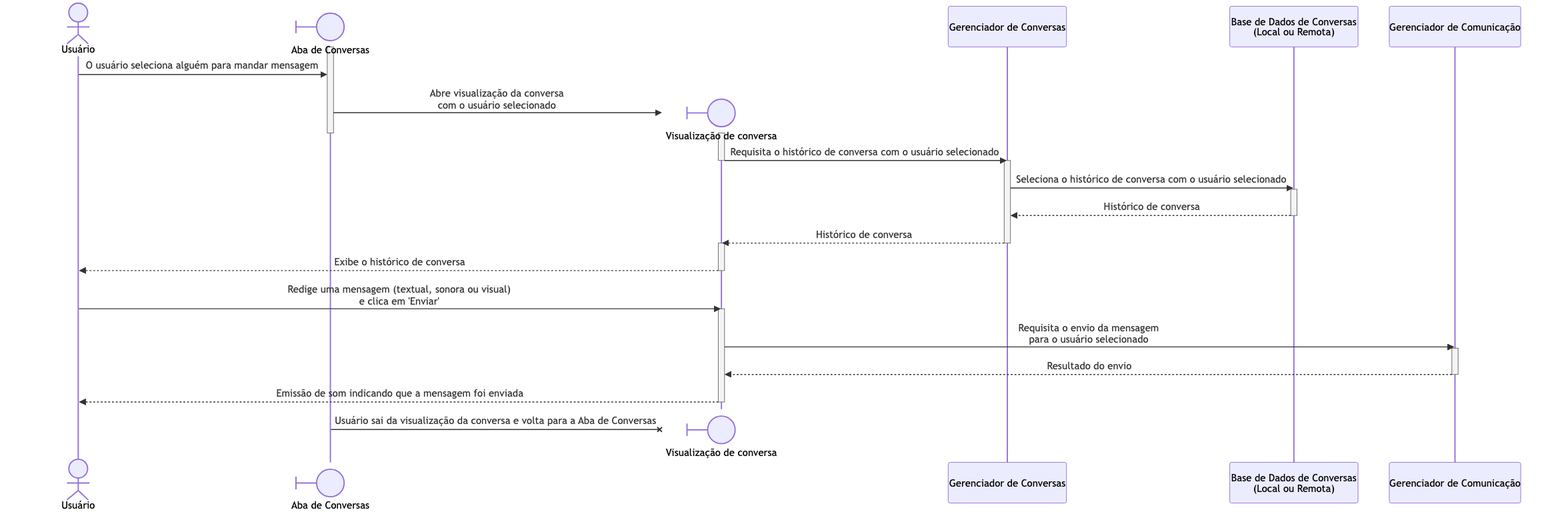
mldcastro/eng-soft keeps this Mermaid diagram as diagrams/images/sequence_diagram_sprint_2_rf02.png. Above is the earlier version. Its source is kept beside it as diagrams/sequence_diagram_sprint_2_rf02.mmd. The source it was exported from:
```mermaid
sequenceDiagram
    actor User as Usuário
    participant ChatTab@{ "type" : "boundary" } as Aba de Conversas

    activate ChatTab
    User ->> ChatTab : O usuário seleciona alguém para mandar mensagem

    create participant ConversationView@{ "type" : "boundary" } as Visualização de conversa

    participant ChatManager as Gerenciador de Conversas
    participant ChatDatabase as Base de Dados de Conversas<br/>(Local ou Remota)
    participant CommunicationManager as Gerenciador de Comunicação

    ChatTab ->> ConversationView : Abre visualização da conversa<br/>com o usuário selecionado
    deactivate ChatTab

    activate ConversationView
    ConversationView ->> ChatManager : Requisita o histórico de conversa com o usuário selecionado
    deactivate ConversationView

    activate ChatManager
    ChatManager ->> ChatDatabase : Seleciona o histórico de conversa com o usuário selecionado

    activate ChatDatabase
    ChatDatabase -->> ChatManager : Histórico de conversa
    deactivate ChatDatabase

    ChatManager -->> ConversationView : Histórico de conversa
    deactivate ChatManager

    activate ConversationView
    ConversationView -->> User : Exibe o histórico de conversa
    deactivate ConversationView

    User ->> ConversationView : Redige uma mensagem (textual, sonora ou visual)<br/>e clica em 'Enviar'

    activate ConversationView
    ConversationView ->> CommunicationManager : Requisita o envio da mensagem<br/>para o usuário selecionado

    activate CommunicationManager
    CommunicationManager -->> ConversationView : Resultado do envio
    deactivate CommunicationManager

    ConversationView -->> User : Emissão de som indicando que a mensagem foi enviada
    deactivate ConversationView

    destroy ConversationView
    ChatTab -x ConversationView : Usuário sai da visualização da conversa e volta para a Aba de Conversas
```
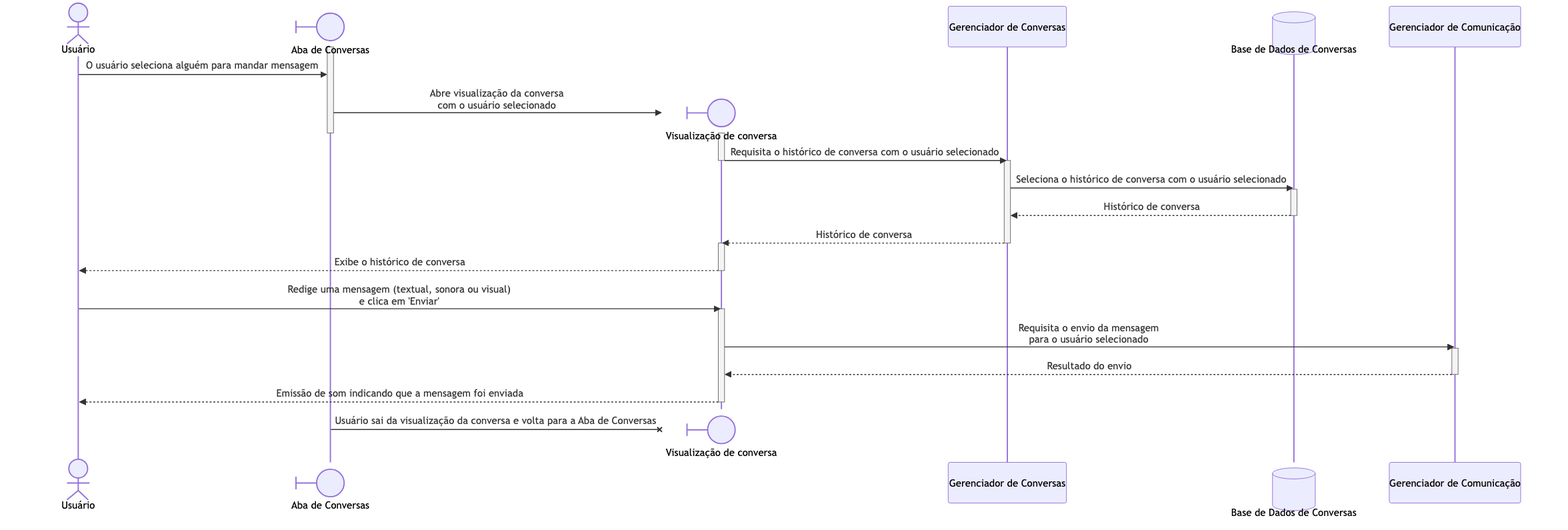
The same diagram one commit later.

Commit message:
[Sprint 2] Diagrama de classe engloba casos de uso UC11 e UC12 (#6)

Diff of the diagram source:
```diff
@@ -8,7 +8,7 @@
     create participant ConversationView@{ "type" : "boundary" } as Visualização de conversa
 
     participant ChatManager as Gerenciador de Conversas
-    participant ChatDatabase as Base de Dados de Conversas<br/>(Local ou Remota)
+    participant ChatDatabase@{ "type" : "database" } as Base de Dados de Conversas
     participant CommunicationManager as Gerenciador de Comunicação
 
     ChatTab ->> ConversationView : Abre visualização da conversa<br/>com o usuário selecionado
```
